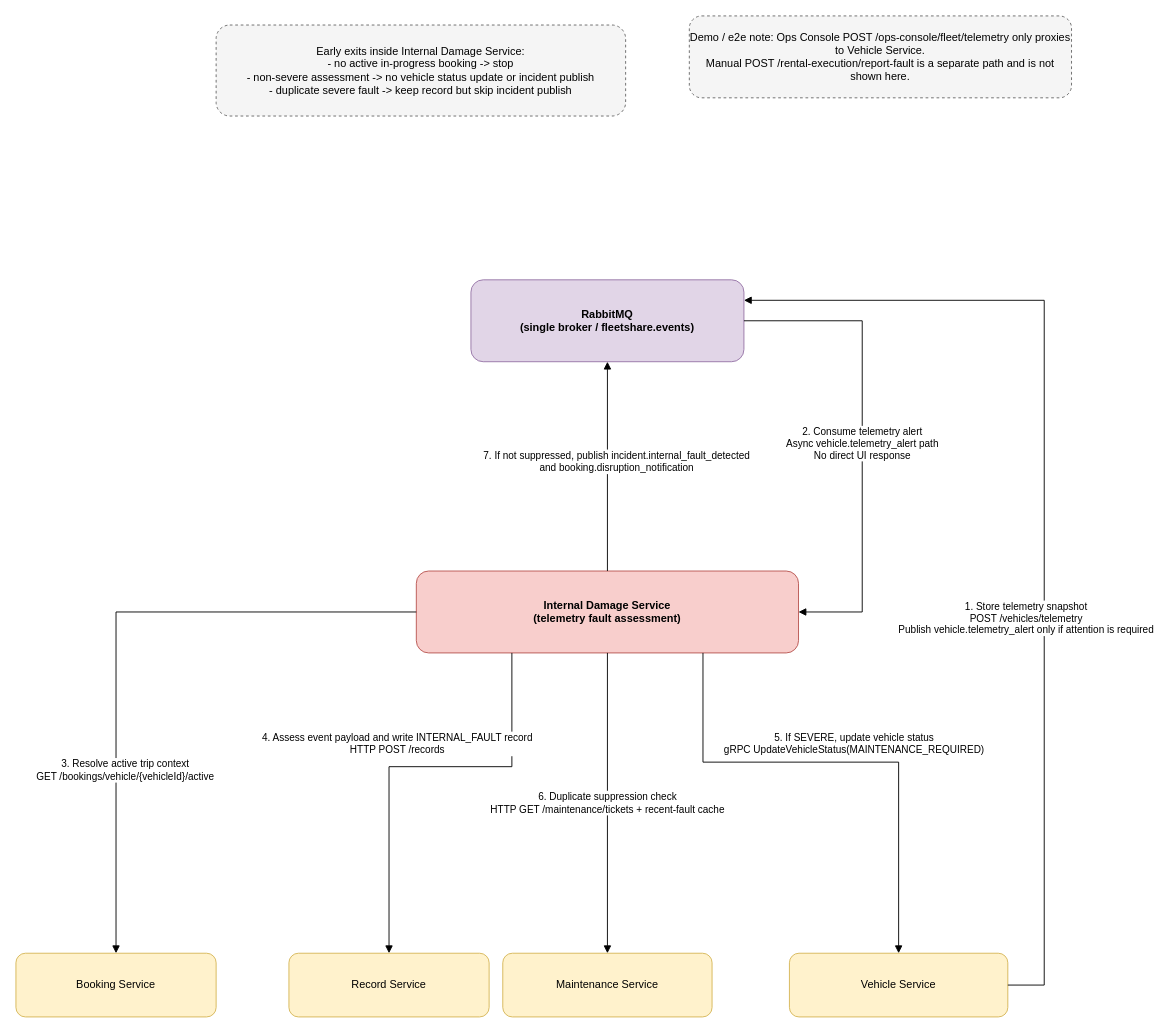
srikartejab/fleetshare keeps this draw.io diagram as docs/report/us2c-in-trip-internal-damage-fault-detection.drawio. Above is the earlier version. Source tidied: cells renumbered, new cells numbered last; positions are measured from the earlier drawing's top-left corner, leaving out a move shared by most shapes. Both pictures are drawn from the tidied source at 91%, with x=0, y=0 at pixel (15, 15).
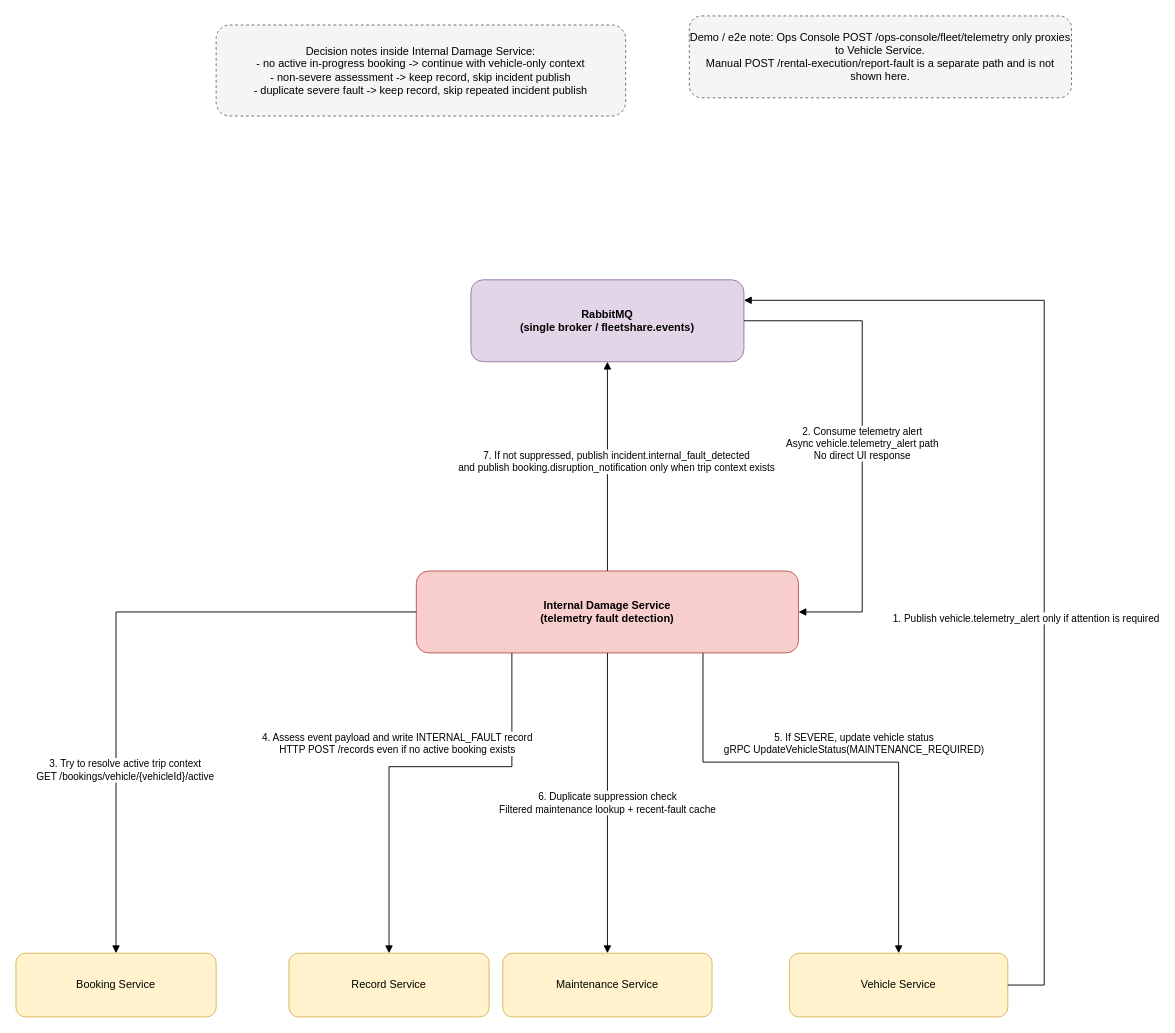
The same page after the edit.

Unchanged cells that the change refers to:
```xml
<mxCell id="3" value="RabbitMQ&#10;(single broker / fleetshare.events)" style="rounded=1;whiteSpace=wrap;html=1;fillColor=#e1d5e7;strokeColor=#9673a6;fontStyle=1;" parent="1" vertex="1">
  <mxGeometry x="500" y="290" width="300" height="90" as="geometry" />
</mxCell>
<mxCell id="4" value="Vehicle Service" style="rounded=1;whiteSpace=wrap;html=1;fillColor=#fff2cc;strokeColor=#d6b656;" parent="1" vertex="1">
  <mxGeometry x="850" y="1030" width="240" height="70" as="geometry" />
</mxCell>
<mxCell id="5" value="Booking Service" style="rounded=1;whiteSpace=wrap;html=1;fillColor=#fff2cc;strokeColor=#d6b656;" parent="1" vertex="1">
  <mxGeometry y="1030" width="220" height="70" as="geometry" />
</mxCell>
<mxCell id="6" value="Record Service" style="rounded=1;whiteSpace=wrap;html=1;fillColor=#fff2cc;strokeColor=#d6b656;" parent="1" vertex="1">
  <mxGeometry x="300" y="1030" width="220" height="70" as="geometry" />
</mxCell>
<mxCell id="7" value="Maintenance Service" style="rounded=1;whiteSpace=wrap;html=1;fillColor=#fff2cc;strokeColor=#d6b656;" parent="1" vertex="1">
  <mxGeometry x="535" y="1030" width="230" height="70" as="geometry" />
</mxCell>
```

What changed in the source:
```diff
@@
-    <mxCell id="2" value="Internal Damage Service&#10;(telemetry fault assessment)" style="rounded=1;whiteSpace=wrap;html=1;fillColor=#f8cecc;strokeColor=#b85450;fontStyle=1;" parent="1" vertex="1">
+    <mxCell id="2" value="Internal Damage Service&#10;(telemetry fault detection)" style="rounded=1;whiteSpace=wrap;html=1;fillColor=#f8cecc;strokeColor=#b85450;fontStyle=1;" parent="1" vertex="1">
       <mxGeometry x="440" y="610" width="420" height="90" as="geometry" />
     </mxCell>
@@
-    <mxCell id="8" value="1. Store telemetry snapshot&#10;POST /vehicles/telemetry&#10;Publish vehicle.telemetry_alert only if attention is required" style="edgeStyle=orthogonalEdgeStyle;rounded=0;html=1;endArrow=block;endFill=1;entryX=1;entryY=0.25;entryDx=0;entryDy=0;" parent="1" edge="1" source="4" target="3">
+    <mxCell id="8" value="1.&amp;nbsp;Publish vehicle.telemetry_alert only if attention is required" style="edgeStyle=orthogonalEdgeStyle;rounded=0;html=1;endArrow=block;endFill=1;entryX=1;entryY=0.25;entryDx=0;entryDy=0;" parent="1" edge="1" source="4" target="3">
       <mxGeometry x="-0.21" y="20" relative="1" as="geometry">
         <Array as="points">
           <mxPoint x="1130" y="1065" />
           <mxPoint x="1130" y="313" />
         </Array>
       </mxGeometry>
     </mxCell>
@@
-    <mxCell id="10" value="3. Resolve active trip context&#10;GET /bookings/vehicle/{vehicleId}/active" style="edgeStyle=orthogonalEdgeStyle;rounded=0;html=1;endArrow=block;endFill=1;" parent="1" edge="1" source="2" target="5">
+    <mxCell id="10" value="3. Try to resolve active trip context&#10;GET /bookings/vehicle/{vehicleId}/active" style="edgeStyle=orthogonalEdgeStyle;rounded=0;html=1;endArrow=block;endFill=1;" parent="1" edge="1" source="2" target="5">
       <mxGeometry x="0.43" y="10" relative="1" as="geometry" />
     </mxCell>
@@
-    <mxCell id="12" value="4. Assess event payload and write INTERNAL_FAULT record&#10;HTTP POST /records" style="edgeStyle=orthogonalEdgeStyle;rounded=0;html=1;endArrow=block;endFill=1;entryX=0.5;entryY=0;entryDx=0;entryDy=0;exitX=0.25;exitY=1;exitDx=0;exitDy=0;" parent="1" edge="1" source="2" target="6">
+    <mxCell id="12" value="4. Assess event payload and write INTERNAL_FAULT record&#10;HTTP POST /records even if no active booking exists" style="edgeStyle=orthogonalEdgeStyle;rounded=0;html=1;endArrow=block;endFill=1;entryX=0.5;entryY=0;entryDx=0;entryDy=0;exitX=0.25;exitY=1;exitDx=0;exitDy=0;" parent="1" edge="1" source="2" target="6">
       <mxGeometry x="0.08" y="-25" relative="1" as="geometry">
         <Array as="points">
           <mxPoint x="545" y="825" />
           <mxPoint x="410" y="825" />
         </Array>
       </mxGeometry>
     </mxCell>
-    <mxCell id="13" value="6. Duplicate suppression check&#10;HTTP GET /maintenance/tickets + recent-fault cache" style="edgeStyle=orthogonalEdgeStyle;rounded=0;html=1;endArrow=block;endFill=1;" parent="1" edge="1" source="2" target="7">
+    <mxCell id="13" value="6. Duplicate suppression check&#10;Filtered maintenance lookup + recent-fault cache" style="edgeStyle=orthogonalEdgeStyle;rounded=0;html=1;endArrow=block;endFill=1;" parent="1" edge="1" source="2" target="7">
       <mxGeometry relative="1" as="geometry" />
     </mxCell>
-    <mxCell id="14" value="7. If not suppressed, publish incident.internal_fault_detected&#10;and booking.disruption_notification" style="edgeStyle=orthogonalEdgeStyle;rounded=0;html=1;endArrow=block;endFill=1;" parent="1" edge="1" source="2" target="3">
+    <mxCell id="14" value="7. If not suppressed, publish incident.internal_fault_detected&#10;and publish booking.disruption_notification only when trip context exists" style="edgeStyle=orthogonalEdgeStyle;rounded=0;html=1;endArrow=block;endFill=1;" parent="1" edge="1" source="2" target="3">
       <mxGeometry x="0.04" y="-10" relative="1" as="geometry" />
     </mxCell>
-    <mxCell id="15" value="Early exits inside Internal Damage Service:&#10;- no active in-progress booking -&gt; stop&#10;- non-severe assessment -&gt; no vehicle status update or incident publish&#10;- duplicate severe fault -&gt; keep record but skip incident publish" style="rounded=1;whiteSpace=wrap;html=1;dashed=1;fillColor=#f5f5f5;strokeColor=#666666;" parent="1" vertex="1">
+    <mxCell id="15" value="Decision notes inside Internal Damage Service:&#10;- no active in-progress booking -&gt; continue with vehicle-only context&#10;- non-severe assessment -&gt; keep record, skip incident publish&#10;- duplicate severe fault -&gt; keep record, skip repeated incident publish" style="rounded=1;whiteSpace=wrap;html=1;dashed=1;fillColor=#f5f5f5;strokeColor=#666666;" parent="1" vertex="1">
       <mxGeometry x="220" y="10" width="450" height="100" as="geometry" />
     </mxCell>
```
